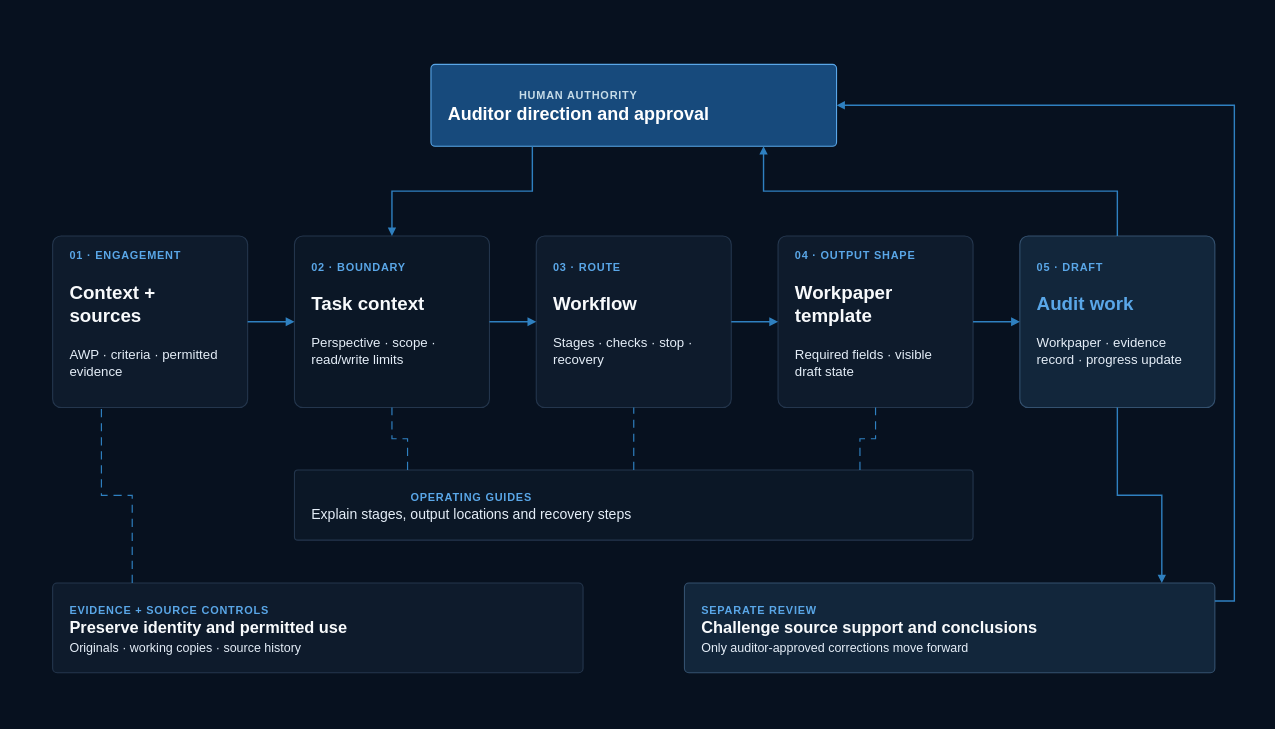
Before: aeos/assets/source/aeos-core-component-interactions-dark.drawio in busera/busera.github.io, a draw.io diagram. Source tidied: cells renumbered, new cells numbered last; positions are measured from the earlier drawing's top-left corner, leaving out a move shared by most shapes. Both pictures are drawn from the tidied source at 78%, with x=0, y=0 at pixel (52, 55).
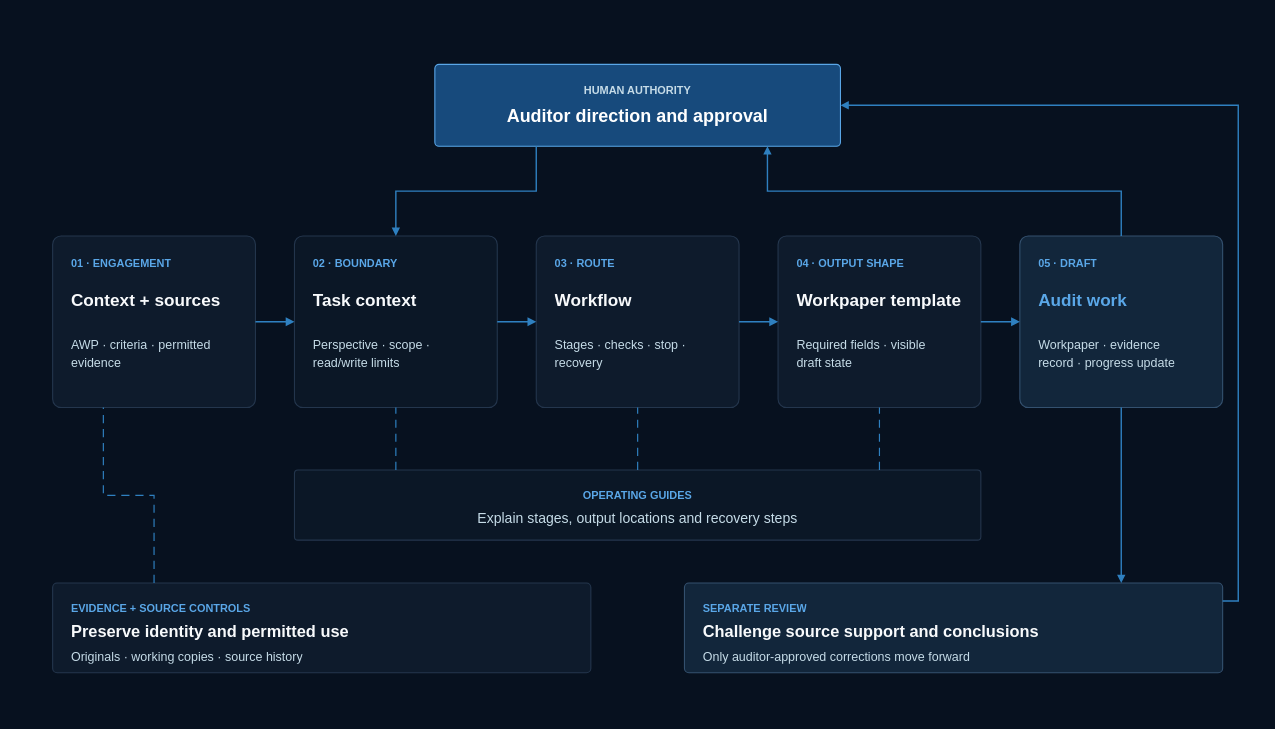
Above is the later version.

Commit message (it also covers changes not shown here):
fix(aeos): align diagram typography

The edit, as a diff of the source:
```diff
@@
     <mxCell id="2" style="shape=rectangle;fillColor=none;strokeColor=none;opacity=0;html=1;" parent="1" vertex="1">
-      <mxGeometry x="4" width="1482.5" height="792.5" as="geometry" />
+      <mxGeometry x="-50" y="-54" width="1600" height="900" as="geometry" />
     </mxCell>
-    <mxCell id="3" value="&lt;div style=&quot;text-align:center;line-height:1.25;&quot;&gt;&lt;span style=&quot;font-size:14px;font-weight:700;letter-spacing:1px;color:#C6DCE8;&quot;&gt;HUMAN AUTHORITY&lt;/span&gt;&lt;br&gt;&lt;span style=&quot;font-size:23px;font-weight:700;color:#FFFFFF;&quot;&gt;Auditor direction and approval&lt;/span&gt;&lt;/div&gt;" style="rounded=1;arcSize=5;whiteSpace=wrap;html=1;fillColor=#174A7C;strokeColor=#5AA7E8;strokeWidth=1.4;align=left;verticalAlign=middle;fontFamily=Helvetica;fontSize=18;fontColor=#FFFFFF;spacingTop=18;spacingBottom=18;spacingLeft=20;spacingRight=20;shadow=0;" parent="1" vertex="1">
-      <mxGeometry x="485" y="11" width="520" height="105" as="geometry" />
+    <mxCell id="3" style="rounded=1;arcSize=5;whiteSpace=wrap;html=1;fillColor=#174A7C;strokeColor=#5AA7E8;strokeWidth=1.4;shadow=0;" parent="1" vertex="1">
+      <mxGeometry x="490" y="11" width="520" height="105" as="geometry" />
     </mxCell>
+    <mxCell id="24" value="HUMAN AUTHORITY" style="text;html=1;whiteSpace=wrap;overflow=hidden;strokeColor=none;fillColor=none;spacing=0;spacingTop=0;spacingBottom=0;spacingLeft=0;spacingRight=0;align=center;verticalAlign=top;fontFamily=Helvetica;fontColor=#C6DCE8;fontSize=14;fontStyle=1;" parent="1" vertex="1">
+      <mxGeometry x="514" y="32" width="472" height="20" as="geometry" />
+    </mxCell>
+    <mxCell id="25" value="Auditor direction and approval" style="text;html=1;whiteSpace=wrap;overflow=hidden;strokeColor=none;fillColor=none;spacing=0;spacingTop=0;spacingBottom=0;spacingLeft=0;spacingRight=0;align=center;verticalAlign=top;fontFamily=Helvetica;fontColor=#FFFFFF;fontSize=23;fontStyle=1;" parent="1" vertex="1">
+      <mxGeometry x="514" y="59" width="472" height="32" as="geometry" />
+    </mxCell>
-    <mxCell id="4" value="&lt;div style=&quot;line-height:1.25;&quot;&gt;&lt;span style=&quot;font-size:14px;font-weight:700;letter-spacing:1px;color:#5AA7E8;&quot;&gt;01 · ENGAGEMENT&lt;/span&gt;&lt;br&gt;&lt;br&gt;&lt;span style=&quot;font-size:24px;font-weight:700;color:#F8FAFC;&quot;&gt;Context + sources&lt;/span&gt;&lt;br&gt;&lt;br&gt;&lt;span style=&quot;font-size:17px;color:#E5EEF8;&quot;&gt;AWP · criteria · permitted evidence&lt;/span&gt;&lt;br&gt;&lt;br&gt;&lt;span style=&quot;font-size:13px;font-weight:700;letter-spacing:0.8px;color:#94A3B8;&quot;&gt;&lt;/span&gt;&lt;/div&gt;" style="rounded=1;arcSize=5;whiteSpace=wrap;html=1;fillColor=#0E1B2C;strokeColor=#24364D;strokeWidth=1.4;align=left;verticalAlign=middle;fontFamily=Helvetica;fontSize=18;fontColor=#F8FAFC;spacingTop=18;spacingBottom=18;spacingLeft=20;spacingRight=20;shadow=0;" parent="1" vertex="1">
-      <mxGeometry y="231" width="250" height="220" as="geometry" />
+    <mxCell id="4" style="rounded=1;arcSize=5;whiteSpace=wrap;html=1;fillColor=#0E1B2C;strokeColor=#24364D;strokeWidth=1.4;shadow=0;" parent="1" vertex="1">
+      <mxGeometry y="231" width="260" height="220" as="geometry" />
     </mxCell>
+    <mxCell id="26" value="01 · ENGAGEMENT" style="text;html=1;whiteSpace=wrap;overflow=hidden;strokeColor=none;fillColor=none;spacing=0;spacingTop=0;spacingBottom=0;spacingLeft=0;spacingRight=0;align=left;verticalAlign=top;fontFamily=Helvetica;fontColor=#5AA7E8;fontSize=14;fontStyle=1;" parent="1" vertex="1">
+      <mxGeometry x="24" y="253" width="212" height="22" as="geometry" />
+    </mxCell>
+    <mxCell id="27" value="Context + sources" style="text;html=1;whiteSpace=wrap;overflow=hidden;strokeColor=none;fillColor=none;spacing=0;spacingTop=0;spacingBottom=0;spacingLeft=0;spacingRight=0;align=left;verticalAlign=top;fontFamily=Helvetica;fontColor=#F8FAFC;fontSize=22;fontStyle=1;" parent="1" vertex="1">
+      <mxGeometry x="24" y="296" width="212" height="40" as="geometry" />
+    </mxCell>
+    <mxCell id="28" value="&lt;div style=&quot;line-height:1.35;&quot;&gt;AWP · criteria · permitted&lt;br&gt;evidence&lt;/div&gt;" style="text;html=1;whiteSpace=wrap;overflow=hidden;strokeColor=none;fillColor=none;spacing=0;spacingTop=0;spacingBottom=0;spacingLeft=0;spacingRight=0;align=left;verticalAlign=top;fontFamily=Helvetica;fontColor=#C6DCE8;fontSize=16;fontStyle=0;" parent="1" vertex="1">
+      <mxGeometry x="24" y="356" width="212" height="56" as="geometry" />
+    </mxCell>
-    <mxCell id="5" value="&lt;div style=&quot;line-height:1.25;&quot;&gt;&lt;span style=&quot;font-size:14px;font-weight:700;letter-spacing:1px;color:#5AA7E8;&quot;&gt;02 · BOUNDARY&lt;/span&gt;&lt;br&gt;&lt;br&gt;&lt;span style=&quot;font-size:24px;font-weight:700;color:#F8FAFC;&quot;&gt;Task context&lt;/span&gt;&lt;br&gt;&lt;br&gt;&lt;span style=&quot;font-size:17px;color:#E5EEF8;&quot;&gt;Perspective · scope · read/write limits&lt;/span&gt;&lt;br&gt;&lt;br&gt;&lt;span style=&quot;font-size:13px;font-weight:700;letter-spacing:0.8px;color:#94A3B8;&quot;&gt;&lt;/span&gt;&lt;/div&gt;" style="rounded=1;arcSize=5;whiteSpace=wrap;html=1;fillColor=#0B1726;strokeColor=#24364D;strokeWidth=1.4;align=left;verticalAlign=middle;fontFamily=Helvetica;fontSize=18;fontColor=#F8FAFC;spacingTop=18;spacingBottom=18;spacingLeft=20;spacingRight=20;shadow=0;" parent="1" vertex="1">
-      <mxGeometry x="310" y="231" width="250" height="220" as="geometry" />
+    <mxCell id="5" style="rounded=1;arcSize=5;whiteSpace=wrap;html=1;fillColor=#0B1726;strokeColor=#24364D;strokeWidth=1.4;shadow=0;" parent="1" vertex="1">
+      <mxGeometry x="310" y="231" width="260" height="220" as="geometry" />
     </mxCell>
+    <mxCell id="29" value="02 · BOUNDARY" style="text;html=1;whiteSpace=wrap;overflow=hidden;strokeColor=none;fillColor=none;spacing=0;spacingTop=0;spacingBottom=0;spacingLeft=0;spacingRight=0;align=left;verticalAlign=top;fontFamily=Helvetica;fontColor=#5AA7E8;fontSize=14;fontStyle=1;" parent="1" vertex="1">
+      <mxGeometry x="334" y="253" width="212" height="22" as="geometry" />
+    </mxCell>
+    <mxCell id="30" value="Task context" style="text;html=1;whiteSpace=wrap;overflow=hidden;strokeColor=none;fillColor=none;spacing=0;spacingTop=0;spacingBottom=0;spacingLeft=0;spacingRight=0;align=left;verticalAlign=top;fontFamily=Helvetica;fontColor=#F8FAFC;fontSize=22;fontStyle=1;" parent="1" vertex="1">
+      <mxGeometry x="334" y="296" width="212" height="40" as="geometry" />
+    </mxCell>
+    <mxCell id="31" value="&lt;div style=&quot;line-height:1.35;&quot;&gt;Perspective · scope ·&lt;br&gt;read/write limits&lt;/div&gt;" style="text;html=1;whiteSpace=wrap;overflow=hidden;strokeColor=none;fillColor=none;spacing=0;spacingTop=0;spacingBottom=0;spacingLeft=0;spacingRight=0;align=left;verticalAlign=top;fontFamily=Helvetica;fontColor=#C6DCE8;fontSize=16;fontStyle=0;" parent="1" vertex="1">
+      <mxGeometry x="334" y="356" width="212" height="56" as="geometry" />
+    </mxCell>
-    <mxCell id="6" value="&lt;div style=&quot;line-height:1.25;&quot;&gt;&lt;span style=&quot;font-size:14px;font-weight:700;letter-spacing:1px;color:#5AA7E8;&quot;&gt;03 · ROUTE&lt;/span&gt;&lt;br&gt;&lt;br&gt;&lt;span style=&quot;font-size:24px;font-weight:700;color:#F8FAFC;&quot;&gt;Workflow&lt;/span&gt;&lt;br&gt;&lt;br&gt;&lt;span style=&quot;font-size:17px;color:#E5EEF8;&quot;&gt;Stages · checks · stop · recovery&lt;/span&gt;&lt;br&gt;&lt;br&gt;&lt;span style=&quot;font-size:13px;font-weight:700;letter-spacing:0.8px;color:#94A3B8;&quot;&gt;&lt;/span&gt;&lt;/div&gt;" style="rounded=1;arcSize=5;whiteSpace=wrap;html=1;fillColor=#0E1B2C;strokeColor=#24364D;strokeWidth=1.4;align=left;verticalAlign=middle;fontFamily=Helvetica;fontSize=18;fontColor=#F8FAFC;spacingTop=18;spacingBottom=18;spacingLeft=20;spacingRight=20;shadow=0;" parent="1" vertex="1">
-      <mxGeometry x="620" y="231" width="250" height="220" as="geometry" />
+    <mxCell id="6" style="rounded=1;arcSize=5;whiteSpace=wrap;html=1;fillColor=#0E1B2C;strokeColor=#24364D;strokeWidth=1.4;shadow=0;" parent="1" vertex="1">
+      <mxGeometry x="620" y="231" width="260" height="220" as="geometry" />
     </mxCell>
+    <mxCell id="32" value="03 · ROUTE" style="text;html=1;whiteSpace=wrap;overflow=hidden;strokeColor=none;fillColor=none;spacing=0;spacingTop=0;spacingBottom=0;spacingLeft=0;spacingRight=0;align=left;verticalAlign=top;fontFamily=Helvetica;fontColor=#5AA7E8;fontSize=14;fontStyle=1;" parent="1" vertex="1">
+      <mxGeometry x="644" y="253" width="212" height="22" as="geometry" />
+    </mxCell>
+    <mxCell id="33" value="Workflow" style="text;html=1;whiteSpace=wrap;overflow=hidden;strokeColor=none;fillColor=none;spacing=0;spacingTop=0;spacingBottom=0;spacingLeft=0;spacingRight=0;align=left;verticalAlign=top;fontFamily=Helvetica;fontColor=#F8FAFC;fontSize=22;fontStyle=1;" parent="1" vertex="1">
+      <mxGeometry x="644" y="296" width="212" height="40" as="geometry" />
+    </mxCell>
+    <mxCell id="34" value="&lt;div style=&quot;line-height:1.35;&quot;&gt;Stages · checks · stop ·&lt;br&gt;recovery&lt;/div&gt;" style="text;html=1;whiteSpace=wrap;overflow=hidden;strokeColor=none;fillColor=none;spacing=0;spacingTop=0;spacingBottom=0;spacingLeft=0;spacingRight=0;align=left;verticalAlign=top;fontFamily=Helvetica;fontColor=#C6DCE8;fontSize=16;fontStyle=0;" parent="1" vertex="1">
+      <mxGeometry x="644" y="356" width="212" height="56" as="geometry" />
+    </mxCell>
-    <mxCell id="7" value="&lt;div style=&quot;line-height:1.25;&quot;&gt;&lt;span style=&quot;font-size:14px;font-weight:700;letter-spacing:1px;color:#5AA7E8;&quot;&gt;04 · OUTPUT SHAPE&lt;/span&gt;&lt;br&gt;&lt;br&gt;&lt;span style=&quot;font-size:24px;font-weight:700;color:#F8FAFC;&quot;&gt;Workpaper template&lt;/span&gt;&lt;br&gt;&lt;br&gt;&lt;span style=&quot;font-size:17px;color:#E5EEF8;&quot;&gt;Required fields · visible draft state&lt;/span&gt;&lt;br&gt;&lt;br&gt;&lt;span style=&quot;font-size:13px;font-weight:700;letter-spacing:0.8px;color:#94A3B8;&quot;&gt;&lt;/span&gt;&lt;/div&gt;" style="rounded=1;arcSize=5;whiteSpace=wrap;html=1;fillColor=#0E1B2C;strokeColor=#24364D;strokeWidth=1.4;align=left;verticalAlign=middle;fontFamily=Helvetica;fontSize=18;fontColor=#F8FAFC;spacingTop=18;spacingBottom=18;spacingLeft=20;spacingRight=20;shadow=0;" parent="1" vertex="1">
-      <mxGeometry x="930" y="231" width="250" height="220" as="geometry" />
+    <mxCell id="7" style="rounded=1;arcSize=5;whiteSpace=wrap;html=1;fillColor=#0E1B2C;strokeColor=#24364D;strokeWidth=1.4;shadow=0;" parent="1" vertex="1">
+      <mxGeometry x="930" y="231" width="260" height="220" as="geometry" />
     </mxCell>
+    <mxCell id="35" value="04 · OUTPUT SHAPE" style="text;html=1;whiteSpace=wrap;overflow=hidden;strokeColor=none;fillColor=none;spacing=0;spacingTop=0;spacingBottom=0;spacingLeft=0;spacingRight=0;align=left;verticalAlign=top;fontFamily=Helvetica;fontColor=#5AA7E8;fontSize=14;fontStyle=1;" parent="1" vertex="1">
+      <mxGeometry x="954" y="253" width="212" height="22" as="geometry" />
+    </mxCell>
+    <mxCell id="36" value="Workpaper template" style="text;html=1;whiteSpace=wrap;overflow=hidden;strokeColor=none;fillColor=none;spacing=0;spacingTop=0;spacingBottom=0;spacingLeft=0;spacingRight=0;align=left;verticalAlign=top;fontFamily=Helvetica;fontColor=#F8FAFC;fontSize=22;fontStyle=1;" parent="1" vertex="1">
+      <mxGeometry x="954" y="296" width="212" height="40" as="geometry" />
+    </mxCell>
+    <mxCell id="37" value="&lt;div style=&quot;line-height:1.35;&quot;&gt;Required fields · visible&lt;br&gt;draft state&lt;/div&gt;" style="text;html=1;whiteSpace=wrap;overflow=hidden;strokeColor=none;fillColor=none;spacing=0;spacingTop=0;spacingBottom=0;spacingLeft=0;spacingRight=0;align=left;verticalAlign=top;fontFamily=Helvetica;fontColor=#C6DCE8;fontSize=16;fontStyle=0;" parent="1" vertex="1">
+      <mxGeometry x="954" y="356" width="212" height="56" as="geometry" />
+    </mxCell>
-    <mxCell id="8" value="&lt;div style=&quot;line-height:1.25;&quot;&gt;&lt;span style=&quot;font-size:14px;font-weight:700;letter-spacing:1px;color:#5AA7E8;&quot;&gt;05 · DRAFT&lt;/span&gt;&lt;br&gt;&lt;br&gt;&lt;span style=&quot;font-size:24px;font-weight:700;color:#5AA7E8;&quot;&gt;Audit work&lt;/span&gt;&lt;br&gt;&lt;br&gt;&lt;span style=&quot;font-size:17px;color:#E5EEF8;&quot;&gt;Workpaper · evidence record · progress update&lt;/span&gt;&lt;br&gt;&lt;br&gt;&lt;span style=&quot;font-size:13px;font-weight:700;letter-spacing:0.8px;color:#94A3B8;&quot;&gt;&lt;/span&gt;&lt;/div&gt;" style="rounded=1;arcSize=5;whiteSpace=wrap;html=1;fillColor=#12263B;strokeColor=#34516F;strokeWidth=1.4;align=left;verticalAlign=middle;fontFamily=Helvetica;fontSize=18;fontColor=#F8FAFC;spacingTop=18;spacingBottom=18;spacingLeft=20;spacingRight=20;shadow=0;" parent="1" vertex="1">
-      <mxGeometry x="1240" y="231" width="250" height="220" as="geometry" />
+    <mxCell id="8" style="rounded=1;arcSize=5;whiteSpace=wrap;html=1;fillColor=#12263B;strokeColor=#34516F;strokeWidth=1.4;shadow=0;" parent="1" vertex="1">
+      <mxGeometry x="1240" y="231" width="260" height="220" as="geometry" />
     </mxCell>
+    <mxCell id="38" value="05 · DRAFT" style="text;html=1;whiteSpace=wrap;overflow=hidden;strokeColor=none;fillColor=none;spacing=0;spacingTop=0;spacingBottom=0;spacingLeft=0;spacingRight=0;align=left;verticalAlign=top;fontFamily=Helvetica;fontColor=#5AA7E8;fontSize=14;fontStyle=1;" parent="1" vertex="1">
+      <mxGeometry x="1264" y="253" width="212" height="22" as="geometry" />
+    </mxCell>
+    <mxCell id="39" value="Audit work" style="text;html=1;whiteSpace=wrap;overflow=hidden;strokeColor=none;fillColor=none;spacing=0;spacingTop=0;spacingBottom=0;spacingLeft=0;spacingRight=0;align=left;verticalAlign=top;fontFamily=Helvetica;fontColor=#5AA7E8;fontSize=22;fontStyle=1;" parent="1" vertex="1">
+      <mxGeometry x="1264" y="296" width="212" height="40" as="geometry" />
+    </mxCell>
+    <mxCell id="40" value="&lt;div style=&quot;line-height:1.35;&quot;&gt;Workpaper · evidence&lt;br&gt;record · progress update&lt;/div&gt;" style="text;html=1;whiteSpace=wrap;overflow=hidden;strokeColor=none;fillColor=none;spacing=0;spacingTop=0;spacingBottom=0;spacingLeft=0;spacingRight=0;align=left;verticalAlign=top;fontFamily=Helvetica;fontColor=#C6DCE8;fontSize=16;fontStyle=0;" parent="1" vertex="1">
+      <mxGeometry x="1264" y="356" width="212" height="56" as="geometry" />
+    </mxCell>
@@
-    <mxCell id="15" value="&lt;div style=&quot;text-align:center;line-height:1.25;&quot;&gt;&lt;span style=&quot;font-size:14px;font-weight:700;letter-spacing:1px;color:#5AA7E8;&quot;&gt;OPERATING GUIDES&lt;/span&gt;&lt;br&gt;&lt;span style=&quot;font-size:18px;color:#E5EEF8;&quot;&gt;Explain stages, output locations and recovery steps&lt;/span&gt;&lt;/div&gt;" style="rounded=1;arcSize=5;whiteSpace=wrap;html=1;fillColor=#0B1726;strokeColor=#24364D;strokeWidth=1.4;align=left;verticalAlign=middle;fontFamily=Helvetica;fontSize=18;fontColor=#F8FAFC;spacingTop=18;spacingBottom=18;spacingLeft=20;spacingRight=20;shadow=0;" parent="1" vertex="1">
-      <mxGeometry x="310" y="531" width="870" height="90" as="geometry" />
+    <mxCell id="15" style="rounded=1;arcSize=5;whiteSpace=wrap;html=1;fillColor=#0B1726;strokeColor=#24364D;strokeWidth=1.4;shadow=0;" parent="1" vertex="1">
+      <mxGeometry x="310" y="531" width="880" height="90" as="geometry" />
     </mxCell>
+    <mxCell id="41" value="OPERATING GUIDES" style="text;html=1;whiteSpace=wrap;overflow=hidden;strokeColor=none;fillColor=none;spacing=0;spacingTop=0;spacingBottom=0;spacingLeft=0;spacingRight=0;align=center;verticalAlign=top;fontFamily=Helvetica;fontColor=#5AA7E8;fontSize=14;fontStyle=1;" parent="1" vertex="1">
+      <mxGeometry x="334" y="551" width="832" height="20" as="geometry" />
+    </mxCell>
+    <mxCell id="42" value="Explain stages, output locations and recovery steps" style="text;html=1;whiteSpace=wrap;overflow=hidden;strokeColor=none;fillColor=none;spacing=0;spacingTop=0;spacingBottom=0;spacingLeft=0;spacingRight=0;align=center;verticalAlign=top;fontFamily=Helvetica;fontColor=#C6DCE8;fontSize=18;fontStyle=0;" parent="1" vertex="1">
+      <mxGeometry x="334" y="578" width="832" height="27" as="geometry" />
+    </mxCell>
-    <mxCell id="16" style="edgeStyle=orthogonalEdgeStyle;rounded=0;jettySize=auto;html=1;strokeColor=#2F80C0;strokeWidth=1.5;dashed=1;dashPattern=7 5;endArrow=none;startArrow=none;exitX=0.16666666666666666;exitY=0;entryX=0.5;entryY=1;exitDx=0;exitDy=0;entryDx=0;entryDy=0;" parent="1" edge="1" source="15" target="5">
+    <mxCell id="16" style="edgeStyle=orthogonalEdgeStyle;rounded=0;jettySize=auto;html=1;strokeColor=#2F80C0;strokeWidth=1.5;dashed=1;dashPattern=7 5;endArrow=none;startArrow=none;exitX=0.14772727272727273;exitY=0;entryX=0.5;entryY=1;exitDx=0;exitDy=0;entryDx=0;entryDy=0;" parent="1" edge="1" source="15" target="5">
       <mxGeometry relative="1" as="geometry" />
     </mxCell>
@@
-    <mxCell id="18" style="edgeStyle=orthogonalEdgeStyle;rounded=0;jettySize=auto;html=1;strokeColor=#2F80C0;strokeWidth=1.5;dashed=1;dashPattern=7 5;endArrow=none;startArrow=none;exitX=0.8333333333333334;exitY=0;entryX=0.5;entryY=1;exitDx=0;exitDy=0;entryDx=0;entryDy=0;" parent="1" edge="1" source="15" target="7">
+    <mxCell id="18" style="edgeStyle=orthogonalEdgeStyle;rounded=0;jettySize=auto;html=1;strokeColor=#2F80C0;strokeWidth=1.5;dashed=1;dashPattern=7 5;endArrow=none;startArrow=none;exitX=0.8522727272727273;exitY=0;entryX=0.5;entryY=1;exitDx=0;exitDy=0;entryDx=0;entryDy=0;" parent="1" edge="1" source="15" target="7">
       <mxGeometry relative="1" as="geometry" />
     </mxCell>
-    <mxCell id="19" value="&lt;div style=&quot;line-height:1.25;&quot;&gt;&lt;span style=&quot;font-size:14px;font-weight:700;letter-spacing:1px;color:#5AA7E8;&quot;&gt;EVIDENCE + SOURCE CONTROLS&lt;/span&gt;&lt;br&gt;&lt;span style=&quot;font-size:21px;font-weight:700;color:#F8FAFC;&quot;&gt;Preserve identity and permitted use&lt;/span&gt;&lt;br&gt;&lt;span style=&quot;font-size:16px;color:#E5EEF8;&quot;&gt;Originals · working copies · source history&lt;/span&gt;&lt;/div&gt;" style="rounded=1;arcSize=5;whiteSpace=wrap;html=1;fillColor=#0E1B2C;strokeColor=#24364D;strokeWidth=1.4;align=left;verticalAlign=middle;fontFamily=Helvetica;fontSize=18;fontColor=#F8FAFC;spacingTop=18;spacingBottom=18;spacingLeft=20;spacingRight=20;shadow=0;" parent="1" vertex="1">
-      <mxGeometry y="676" width="680" height="115" as="geometry" />
+    <mxCell id="19" style="rounded=1;arcSize=5;whiteSpace=wrap;html=1;fillColor=#0E1B2C;strokeColor=#24364D;strokeWidth=1.4;shadow=0;" parent="1" vertex="1">
+      <mxGeometry y="676" width="690" height="115" as="geometry" />
     </mxCell>
+    <mxCell id="43" value="EVIDENCE + SOURCE CONTROLS" style="text;html=1;whiteSpace=wrap;overflow=hidden;strokeColor=none;fillColor=none;spacing=0;spacingTop=0;spacingBottom=0;spacingLeft=0;spacingRight=0;align=left;verticalAlign=top;fontFamily=Helvetica;fontColor=#5AA7E8;fontSize=14;fontStyle=1;" parent="1" vertex="1">
+      <mxGeometry x="24" y="696" width="642" height="20" as="geometry" />
+    </mxCell>
+    <mxCell id="44" value="Preserve identity and permitted use" style="text;html=1;whiteSpace=wrap;overflow=hidden;strokeColor=none;fillColor=none;spacing=0;spacingTop=0;spacingBottom=0;spacingLeft=0;spacingRight=0;align=left;verticalAlign=top;fontFamily=Helvetica;fontColor=#F8FAFC;fontSize=21;fontStyle=1;" parent="1" vertex="1">
+      <mxGeometry x="24" y="721" width="642" height="28" as="geometry" />
+    </mxCell>
+    <mxCell id="45" value="Originals · working copies · source history" style="text;html=1;whiteSpace=wrap;overflow=hidden;strokeColor=none;fillColor=none;spacing=0;spacingTop=0;spacingBottom=0;spacingLeft=0;spacingRight=0;align=left;verticalAlign=top;fontFamily=Helvetica;fontColor=#C6DCE8;fontSize=16;fontStyle=0;" parent="1" vertex="1">
+      <mxGeometry x="24" y="756" width="642" height="24" as="geometry" />
+    </mxCell>
-    <mxCell id="20" value="&lt;div style=&quot;line-height:1.25;&quot;&gt;&lt;span style=&quot;font-size:14px;font-weight:700;letter-spacing:1px;color:#5AA7E8;&quot;&gt;SEPARATE REVIEW&lt;/span&gt;&lt;br&gt;&lt;span style=&quot;font-size:21px;font-weight:700;color:#F8FAFC;&quot;&gt;Challenge source support and conclusions&lt;/span&gt;&lt;br&gt;&lt;span style=&quot;font-size:16px;color:#E5EEF8;&quot;&gt;Only auditor-approved corrections move forward&lt;/span&gt;&lt;/div&gt;" style="rounded=1;arcSize=5;whiteSpace=wrap;html=1;fillColor=#12263B;strokeColor=#34516F;strokeWidth=1.4;align=left;verticalAlign=middle;fontFamily=Helvetica;fontSize=18;fontColor=#F8FAFC;spacingTop=18;spacingBottom=18;spacingLeft=20;spacingRight=20;shadow=0;" parent="1" vertex="1">
-      <mxGeometry x="810" y="676" width="680" height="115" as="geometry" />
+    <mxCell id="20" style="rounded=1;arcSize=5;whiteSpace=wrap;html=1;fillColor=#12263B;strokeColor=#34516F;strokeWidth=1.4;shadow=0;" parent="1" vertex="1">
+      <mxGeometry x="810" y="676" width="690" height="115" as="geometry" />
     </mxCell>
+    <mxCell id="46" value="SEPARATE REVIEW" style="text;html=1;whiteSpace=wrap;overflow=hidden;strokeColor=none;fillColor=none;spacing=0;spacingTop=0;spacingBottom=0;spacingLeft=0;spacingRight=0;align=left;verticalAlign=top;fontFamily=Helvetica;fontColor=#5AA7E8;fontSize=14;fontStyle=1;" parent="1" vertex="1">
+      <mxGeometry x="834" y="696" width="642" height="20" as="geometry" />
+    </mxCell>
+    <mxCell id="47" value="Challenge source support and conclusions" style="text;html=1;whiteSpace=wrap;overflow=hidden;strokeColor=none;fillColor=none;spacing=0;spacingTop=0;spacingBottom=0;spacingLeft=0;spacingRight=0;align=left;verticalAlign=top;fontFamily=Helvetica;fontColor=#F8FAFC;fontSize=21;fontStyle=1;" parent="1" vertex="1">
+      <mxGeometry x="834" y="721" width="642" height="28" as="geometry" />
+    </mxCell>
+    <mxCell id="48" value="Only auditor-approved corrections move forward" style="text;html=1;whiteSpace=wrap;overflow=hidden;strokeColor=none;fillColor=none;spacing=0;spacingTop=0;spacingBottom=0;spacingLeft=0;spacingRight=0;align=left;verticalAlign=top;fontFamily=Helvetica;fontColor=#C6DCE8;fontSize=16;fontStyle=0;" parent="1" vertex="1">
+      <mxGeometry x="834" y="756" width="642" height="24" as="geometry" />
+    </mxCell>
-    <mxCell id="21" style="edgeStyle=orthogonalEdgeStyle;rounded=0;jettySize=auto;html=1;strokeColor=#2F80C0;strokeWidth=1.5;dashed=1;dashPattern=7 5;endArrow=none;startArrow=none;exitX=0.15;exitY=0;entryX=0.25;entryY=1;exitDx=0;exitDy=0;entryDx=0;entryDy=0;" parent="1" edge="1" source="19" target="4">
+    <mxCell id="21" style="edgeStyle=orthogonalEdgeStyle;rounded=0;jettySize=auto;html=1;strokeColor=#2F80C0;strokeWidth=1.5;dashed=1;dashPattern=7 5;endArrow=none;startArrow=none;exitX=0.18840579710144928;exitY=0;entryX=0.25;entryY=1;exitDx=0;exitDy=0;entryDx=0;entryDy=0;" parent="1" edge="1" source="19" target="4">
       <mxGeometry relative="1" as="geometry" />
     </mxCell>
-    <mxCell id="22" style="edgeStyle=orthogonalEdgeStyle;rounded=0;jettySize=auto;html=1;strokeColor=#2F80C0;strokeWidth=1.8;endArrow=block;endFill=1;startArrow=none;exitX=0.5;exitY=1;entryX=0.9;entryY=0;exitDx=0;exitDy=0;entryDx=0;entryDy=0;" parent="1" edge="1" source="8" target="20">
+    <mxCell id="22" style="edgeStyle=orthogonalEdgeStyle;rounded=0;jettySize=auto;html=1;strokeColor=#2F80C0;strokeWidth=1.8;endArrow=block;endFill=1;startArrow=none;exitX=0.5;exitY=1;entryX=0.8115942028985508;entryY=0;exitDx=0;exitDy=0;entryDx=0;entryDy=0;" parent="1" edge="1" source="8" target="20">
       <mxGeometry relative="1" as="geometry" />
     </mxCell>
     <mxCell id="23" style="edgeStyle=orthogonalEdgeStyle;rounded=0;jettySize=auto;html=1;strokeColor=#2F80C0;strokeWidth=1.8;endArrow=block;endFill=1;startArrow=none;exitX=1;exitY=0.2;entryX=1;entryY=0.5;exitDx=0;exitDy=0;entryDx=0;entryDy=0;" parent="1" edge="1" source="20" target="3">
       <mxGeometry relative="1" as="geometry">
         <Array as="points">
-          <mxPoint x="1515" y="696" />
-          <mxPoint x="1515" y="64" />
-          <mxPoint x="1015" y="64" />
+          <mxPoint x="1520" y="696" />
+          <mxPoint x="1520" y="64" />
+          <mxPoint x="1020" y="64" />
         </Array>
       </mxGeometry>
     </mxCell>
```
